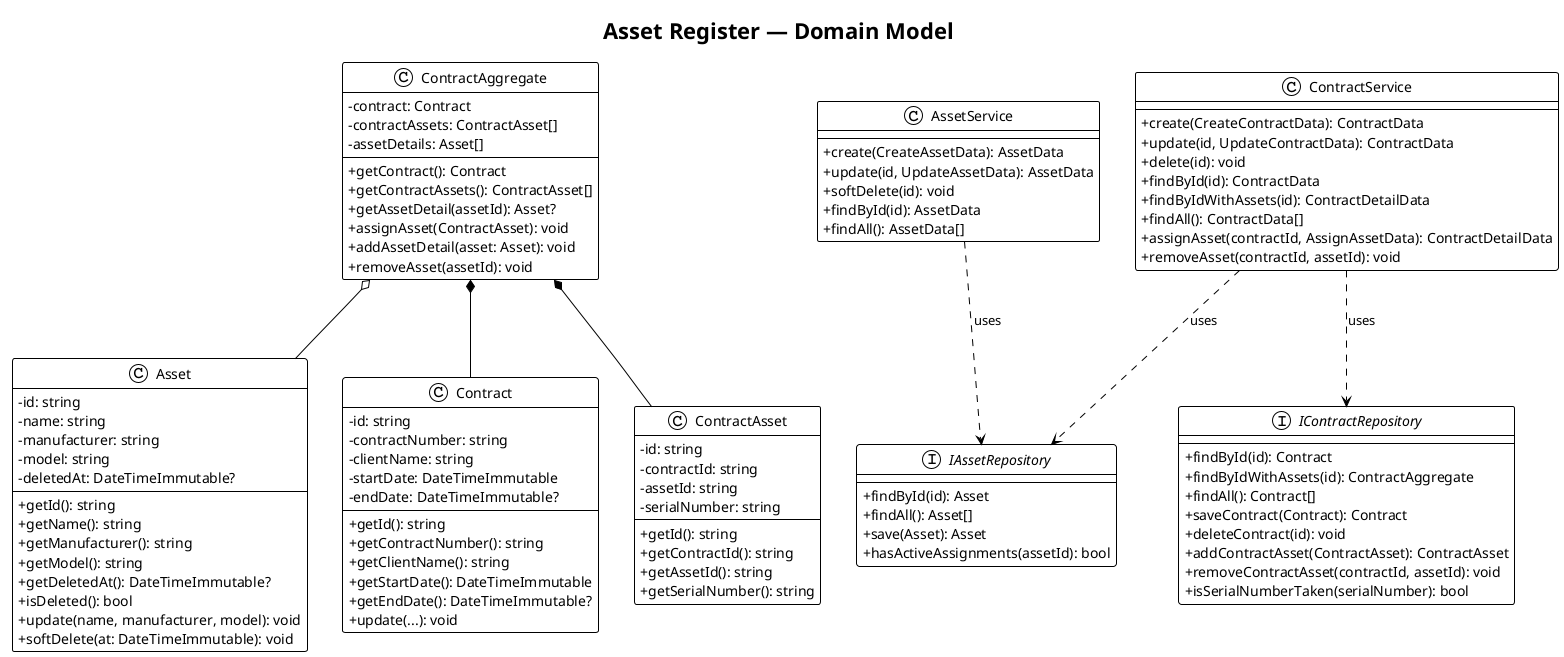
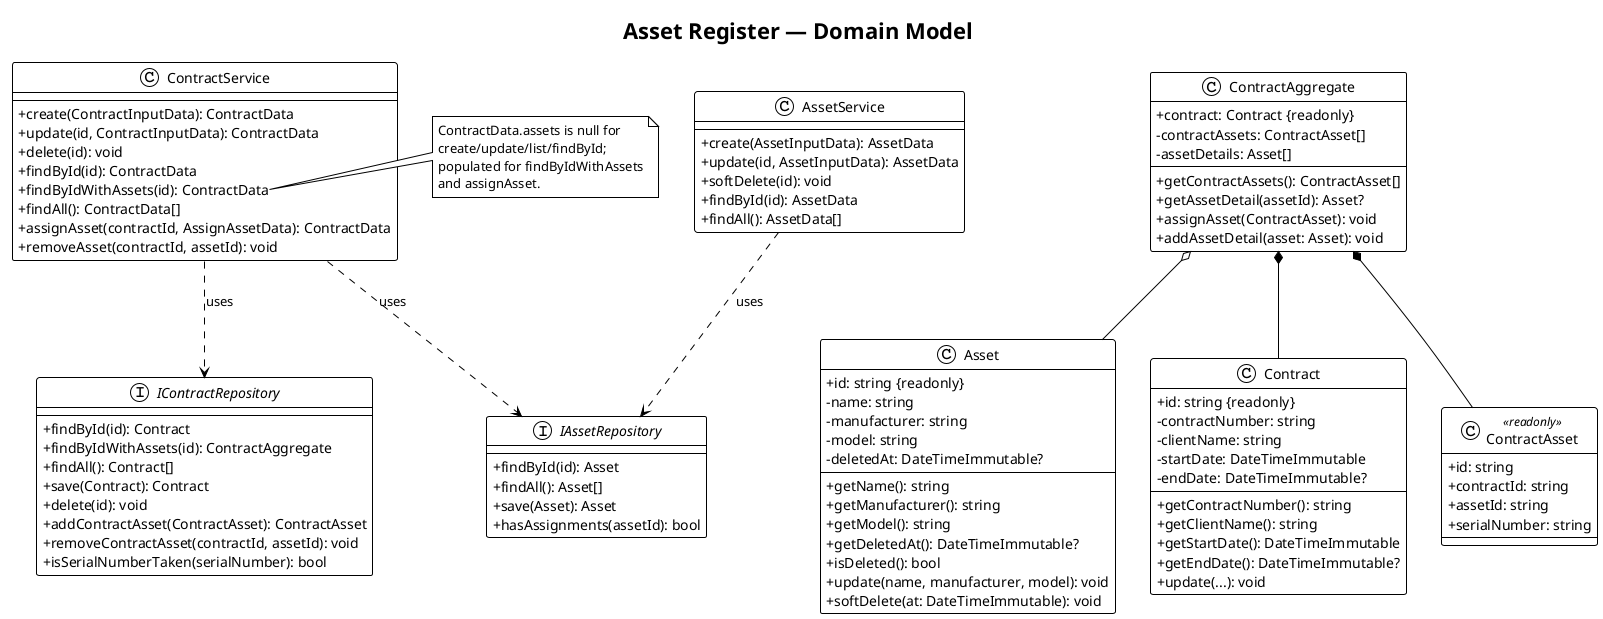
@startuml domain-model
!theme plain
skinparam classAttributeIconSize 0

title Asset Register — Domain Model

class Asset {
-     -id: string
+     +id: string {readonly}
    -name: string
    -manufacturer: string
    -model: string
    -deletedAt: DateTimeImmutable?
-     +getId(): string
    +getName(): string
    +getManufacturer(): string
    +getModel(): string
    +getDeletedAt(): DateTimeImmutable?
    +isDeleted(): bool
    +update(name, manufacturer, model): void
    +softDelete(at: DateTimeImmutable): void
}

class Contract {
-     -id: string
+     +id: string {readonly}
    -contractNumber: string
    -clientName: string
    -startDate: DateTimeImmutable
    -endDate: DateTimeImmutable?
-     +getId(): string
    +getContractNumber(): string
    +getClientName(): string
    +getStartDate(): DateTimeImmutable
    +getEndDate(): DateTimeImmutable?
    +update(...): void
}

- class ContractAsset {
-     -id: string
-     -contractId: string
-     -assetId: string
-     -serialNumber: string
-     +getId(): string
-     +getContractId(): string
-     +getAssetId(): string
-     +getSerialNumber(): string
+ class ContractAsset <<readonly>> {
+     +id: string
+     +contractId: string
+     +assetId: string
+     +serialNumber: string
}

class ContractAggregate {
-     -contract: Contract
+     +contract: Contract {readonly}
    -contractAssets: ContractAsset[]
    -assetDetails: Asset[]
-     +getContract(): Contract
    +getContractAssets(): ContractAsset[]
    +getAssetDetail(assetId): Asset?
    +assignAsset(ContractAsset): void
    +addAssetDetail(asset: Asset): void
-     +removeAsset(assetId): void
}

interface IAssetRepository {
    +findById(id): Asset
    +findAll(): Asset[]
    +save(Asset): Asset
-     +hasActiveAssignments(assetId): bool
+     +hasAssignments(assetId): bool
}

interface IContractRepository {
    +findById(id): Contract
    +findByIdWithAssets(id): ContractAggregate
    +findAll(): Contract[]
-     +saveContract(Contract): Contract
-     +deleteContract(id): void
+     +save(Contract): Contract
+     +delete(id): void
    +addContractAsset(ContractAsset): ContractAsset
    +removeContractAsset(contractId, assetId): void
    +isSerialNumberTaken(serialNumber): bool
}

class AssetService {
-     +create(CreateAssetData): AssetData
-     +update(id, UpdateAssetData): AssetData
+     +create(AssetInputData): AssetData
+     +update(id, AssetInputData): AssetData
    +softDelete(id): void
    +findById(id): AssetData
    +findAll(): AssetData[]
}

class ContractService {
-     +create(CreateContractData): ContractData
-     +update(id, UpdateContractData): ContractData
+     +create(ContractInputData): ContractData
+     +update(id, ContractInputData): ContractData
    +delete(id): void
    +findById(id): ContractData
-     +findByIdWithAssets(id): ContractDetailData
+     +findByIdWithAssets(id): ContractData
    +findAll(): ContractData[]
-     +assignAsset(contractId, AssignAssetData): ContractDetailData
+     +assignAsset(contractId, AssignAssetData): ContractData
    +removeAsset(contractId, assetId): void
}
+ 
+ note right of ContractService::findByIdWithAssets
+   ContractData.assets is null for
+   create/update/list/findById;
+   populated for findByIdWithAssets
+   and assignAsset.
+ end note

ContractAggregate *-- Contract
ContractAggregate *-- ContractAsset
ContractAggregate o-- Asset

AssetService ..> IAssetRepository : uses
ContractService ..> IContractRepository : uses
ContractService ..> IAssetRepository : uses

@enduml
